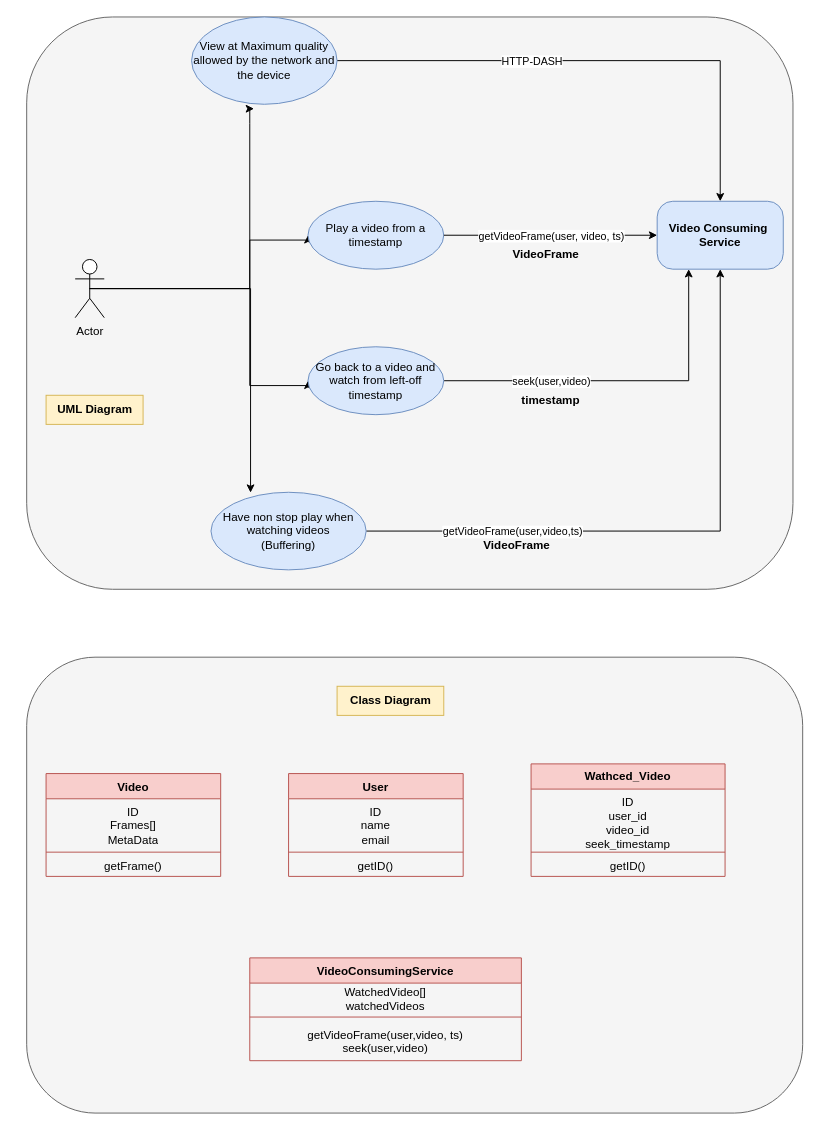
The draw.io diagram liveStreamingApp.drawio in Aniruddha-kotal/LiveStreamingApp-System-Design, before the edit. Source tidied: cells renumbered, new cells numbered last; positions are measured from the earlier drawing's top-left corner, leaving out a move shared by most shapes. Both pictures are drawn from the tidied source at 97%, with x=0, y=0 at pixel (26, 16).
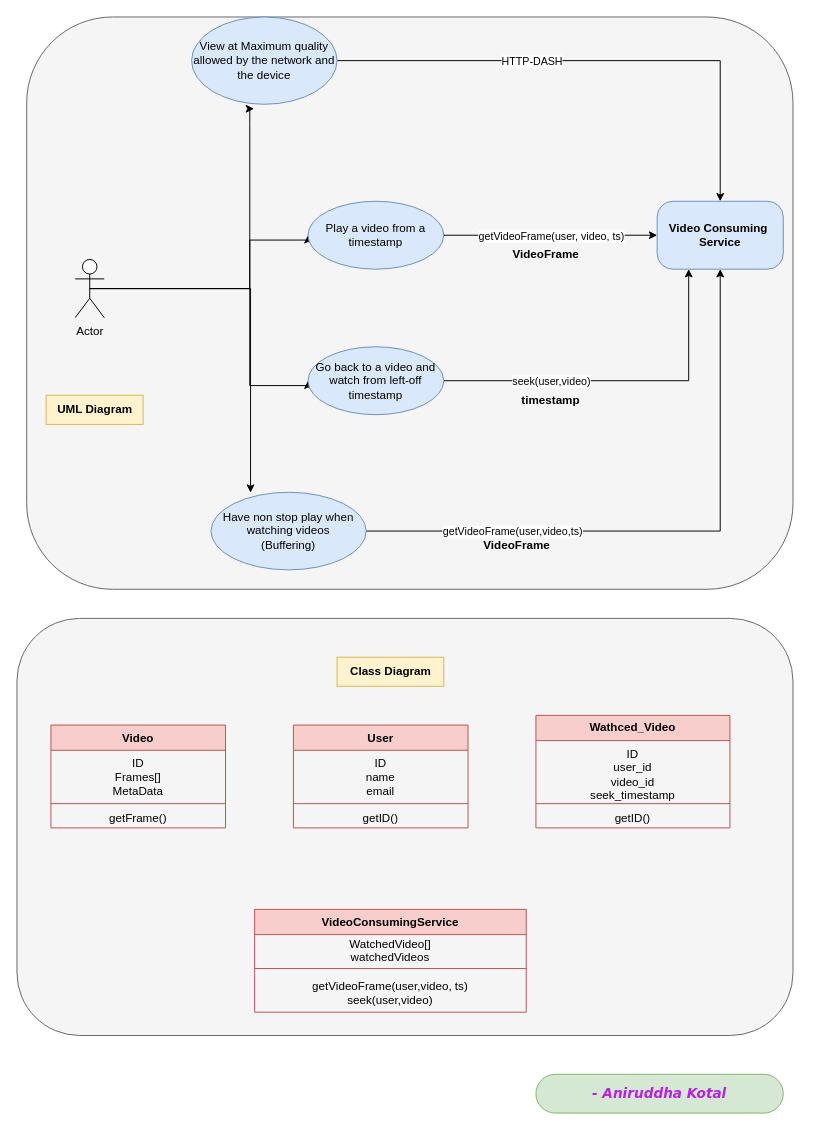
After the change.

What changed in the source:
```diff
@@
     <mxCell id="3" style="rounded=1;whiteSpace=wrap;html=1;textOpacity=0;noLabel=1;verticalAlign=top;fillColor=#f5f5f5;strokeColor=#666666;fontColor=#333333;" parent="1" vertex="1">
-      <mxGeometry y="660" width="800" height="470" as="geometry" />
+      <mxGeometry x="-10" y="620" width="800" height="430" as="geometry" />
     </mxCell>
@@
     <mxCell id="26" value="Video" style="swimlane;fontStyle=1;align=center;verticalAlign=top;horizontal=1;startSize=26;whiteSpace=wrap;html=1;fillColor=#f8cecc;strokeColor=#b85450;" parent="1" vertex="1">
-      <mxGeometry x="20" y="780" width="180" height="106" as="geometry" />
+      <mxGeometry x="25" y="730" width="180" height="106" as="geometry" />
     </mxCell>
@@
     <mxCell id="30" value="User" style="swimlane;fontStyle=1;align=center;verticalAlign=top;horizontal=1;startSize=26;whiteSpace=wrap;html=1;fillColor=#f8cecc;strokeColor=#b85450;" parent="1" vertex="1">
-      <mxGeometry x="270" y="780" width="180" height="106" as="geometry" />
+      <mxGeometry x="275" y="730" width="180" height="106" as="geometry" />
     </mxCell>
@@
     <mxCell id="34" value="Wathced_Video" style="swimlane;fontStyle=1;align=center;verticalAlign=middle;horizontal=1;startSize=26;whiteSpace=wrap;html=1;fillColor=#f8cecc;strokeColor=#b85450;" parent="1" vertex="1">
-      <mxGeometry x="520" y="770" width="200" height="116" as="geometry" />
+      <mxGeometry x="525" y="720" width="200" height="116" as="geometry" />
     </mxCell>
@@
     <mxCell id="38" value="VideoConsumingService" style="swimlane;fontStyle=1;align=center;verticalAlign=top;horizontal=1;startSize=26;whiteSpace=wrap;html=1;fillColor=#f8cecc;strokeColor=#b85450;" parent="1" vertex="1">
-      <mxGeometry x="230" y="970" width="280" height="106" as="geometry" />
+      <mxGeometry x="235" y="920" width="280" height="106" as="geometry" />
     </mxCell>
@@
     <mxCell id="42" value="&lt;b&gt;Class Diagram&lt;/b&gt;" style="text;html=1;align=center;verticalAlign=middle;strokeColor=#d6b656;fillColor=#fff2cc;" parent="1" vertex="1">
-      <mxGeometry x="320" y="690" width="110" height="30" as="geometry" />
+      <mxGeometry x="320" y="660" width="110" height="30" as="geometry" />
     </mxCell>
+    <mxCell id="43" value="&lt;h3&gt;&lt;b&gt;&lt;i&gt;&lt;font face=&quot;Verdana&quot; color=&quot;#bb1ee6&quot;&gt;- Aniruddha Kotal&lt;/font&gt;&lt;/i&gt;&lt;/b&gt;&lt;/h3&gt;" style="rounded=1;whiteSpace=wrap;html=1;arcSize=50;fillColor=#d5e8d4;strokeColor=#82b366;" parent="1" vertex="1">
+      <mxGeometry x="525" y="1090" width="255" height="40" as="geometry" />
+    </mxCell>
```
